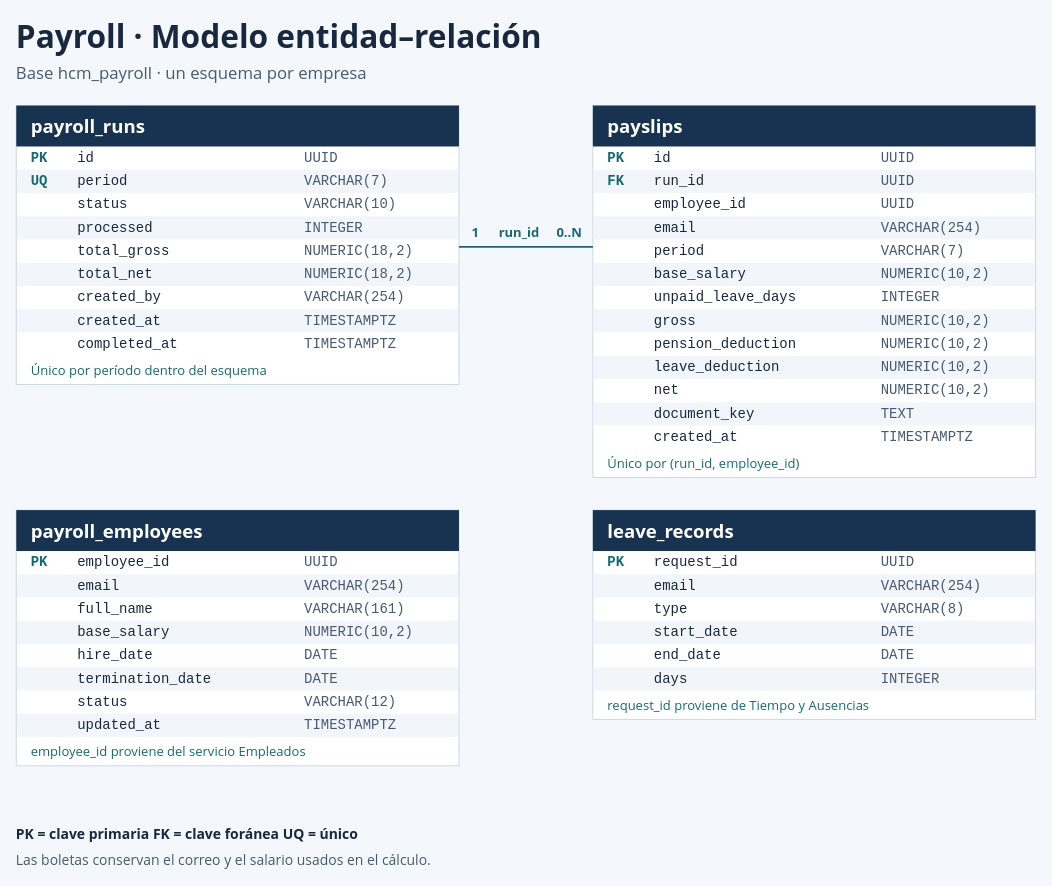
valentintueti/proyecto2-cloud keeps this draw.io diagram as docs/er-payroll.drawio. Above is the earlier version. Source tidied: cells renumbered, new cells numbered last; positions are measured from the earlier drawing's top-left corner, leaving out a move shared by most shapes. Both pictures are drawn from the tidied source at 93%, with x=0, y=0 at pixel (16, 18).
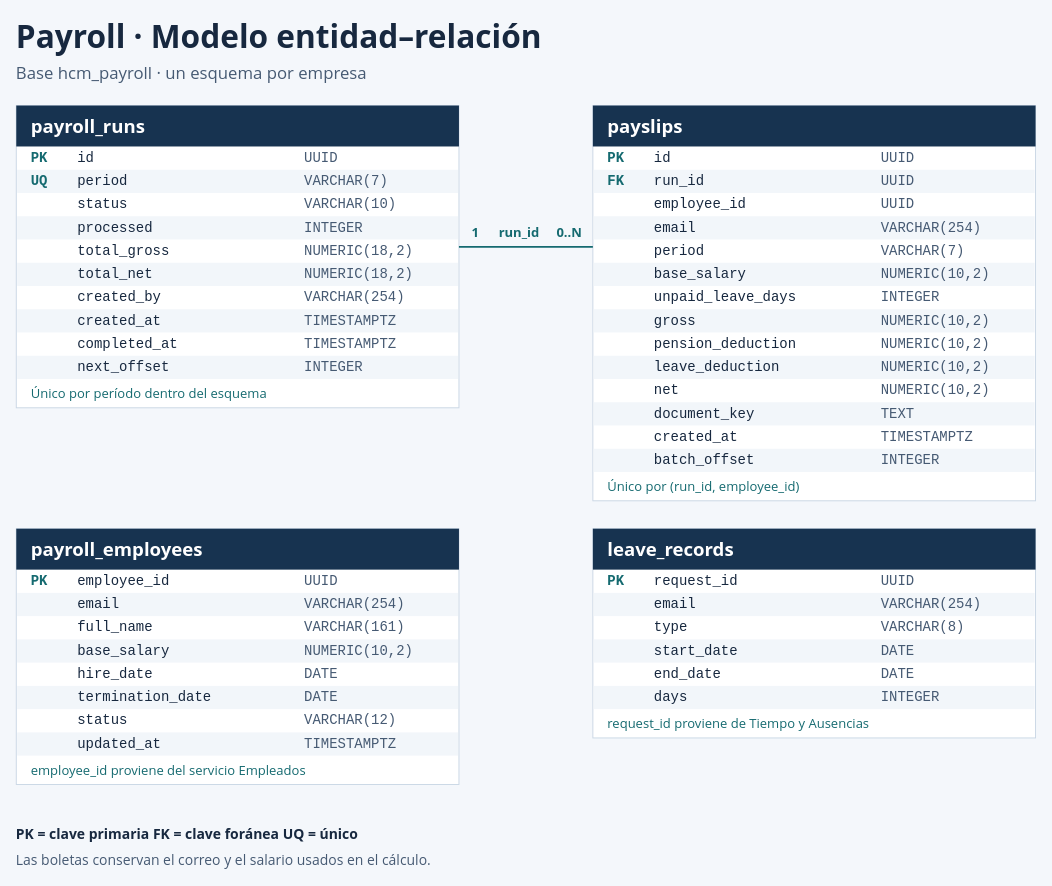
After the change.

Commit message (it also covers changes not shown here):
Integra Payroll al despliegue y al bootstrap

Change to the diagram source:
```diff
@@
     <mxCell id="6" style="group;" parent="1" vertex="1">
-      <mxGeometry y="94" width="476" height="300" as="geometry" />
+      <mxGeometry y="94" width="476" height="325" as="geometry" />
     </mxCell>
     <mxCell id="7" style="fillColor=#FFFFFF;strokeColor=#C9D6E4;" parent="6" vertex="1">
-      <mxGeometry width="476" height="300" as="geometry" />
+      <mxGeometry width="476" height="325" as="geometry" />
     </mxCell>
@@
+    <mxCell id="125" style="fillColor=#F2F6FA;strokeColor=none;" parent="6" vertex="1">
+      <mxGeometry x="1" y="269" width="474" height="25" as="geometry" />
+    </mxCell>
+    <mxCell id="126" value="next_offset" style="text;html=0;whiteSpace=wrap;align=left;verticalAlign=middle;spacing=0;fontFamily=Consolas;fontSize=15;fontColor=#17283F;fontStyle=0;" parent="6" vertex="1">
+      <mxGeometry x="66" y="269" width="235" height="25" as="geometry" />
+    </mxCell>
+    <mxCell id="127" value="INTEGER" style="text;html=0;whiteSpace=wrap;align=left;verticalAlign=middle;spacing=0;fontFamily=Consolas;fontSize=15;fontColor=#465A73;fontStyle=0;" parent="6" vertex="1">
+      <mxGeometry x="310" y="269" width="150" height="25" as="geometry" />
+    </mxCell>
     <mxCell id="34" value="Único por período dentro del esquema" style="text;html=0;whiteSpace=wrap;align=left;verticalAlign=middle;spacing=0;fontFamily=Segoe UI;fontSize=14;fontColor=#156A70;fontStyle=0;" parent="6" vertex="1">
-      <mxGeometry x="16" y="269" width="444" height="31" as="geometry" />
+      <mxGeometry x="16" y="294" width="444" height="31" as="geometry" />
     </mxCell>
     <mxCell id="35" style="group;" parent="1" vertex="1">
-      <mxGeometry x="620" y="94" width="476" height="400" as="geometry" />
+      <mxGeometry x="620" y="94" width="476" height="425" as="geometry" />
     </mxCell>
     <mxCell id="36" style="fillColor=#FFFFFF;strokeColor=#C9D6E4;" parent="35" vertex="1">
-      <mxGeometry width="476" height="400" as="geometry" />
+      <mxGeometry width="476" height="425" as="geometry" />
     </mxCell>
@@
+    <mxCell id="128" style="fillColor=#F2F6FA;strokeColor=none;" parent="35" vertex="1">
+      <mxGeometry x="1" y="369" width="474" height="25" as="geometry" />
+    </mxCell>
+    <mxCell id="129" value="batch_offset" style="text;html=0;whiteSpace=wrap;align=left;verticalAlign=middle;spacing=0;fontFamily=Consolas;fontSize=15;fontColor=#17283F;fontStyle=0;" parent="35" vertex="1">
+      <mxGeometry x="66" y="369" width="235" height="25" as="geometry" />
+    </mxCell>
+    <mxCell id="130" value="INTEGER" style="text;html=0;whiteSpace=wrap;align=left;verticalAlign=middle;spacing=0;fontFamily=Consolas;fontSize=15;fontColor=#465A73;fontStyle=0;" parent="35" vertex="1">
+      <mxGeometry x="310" y="369" width="150" height="25" as="geometry" />
+    </mxCell>
     <mxCell id="73" value="Único por (run_id, employee_id)" style="text;html=0;whiteSpace=wrap;align=left;verticalAlign=middle;spacing=0;fontFamily=Segoe UI;fontSize=14;fontColor=#156A70;fontStyle=0;" parent="35" vertex="1">
-      <mxGeometry x="16" y="369" width="444" height="31" as="geometry" />
+      <mxGeometry x="16" y="394" width="444" height="31" as="geometry" />
     </mxCell>
     <mxCell id="74" style="group;" parent="1" vertex="1">
-      <mxGeometry y="529" width="476" height="275" as="geometry" />
+      <mxGeometry y="549" width="476" height="275" as="geometry" />
     </mxCell>
@@
     <mxCell id="100" style="group;" parent="1" vertex="1">
-      <mxGeometry x="620" y="529" width="476" height="225" as="geometry" />
+      <mxGeometry x="620" y="549" width="476" height="225" as="geometry" />
     </mxCell>
@@
-    <mxCell id="121" style="endArrow=none;startArrow=none;strokeWidth=2;strokeColor=#156A70;exitX=1;exitY=0.5066666666666667;entryX=0;entryY=0.38;" parent="1" edge="1" source="7" target="36">
+    <mxCell id="121" style="endArrow=none;startArrow=none;strokeWidth=2;strokeColor=#156A70;exitX=1;exitY=0.4676923076923077;entryX=0;entryY=0.35764705882352943;" parent="1" edge="1" source="7" target="36">
       <mxGeometry relative="1" as="geometry" />
     </mxCell>
```
